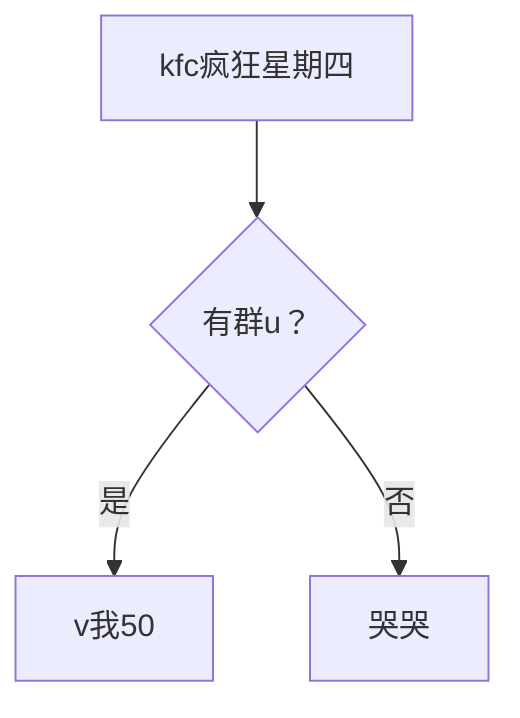
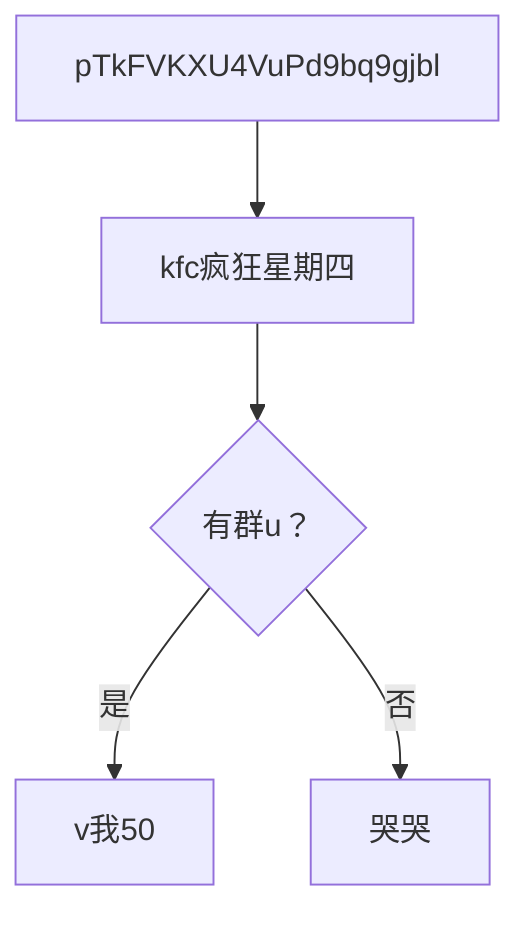
flowchart TD
    QGHtzW7MvDySRoxTS57Wr["kfc疯狂星期四"]
    Ny5QjgOcDuE77g3vsTU3p["v我50"]
    b4wZeVHo0n6NiLv7nKkLZ{"有群u？"}
    pPn1kn_WRFnyiLvbKTmBB["哭哭"]
    QGHtzW7MvDySRoxTS57Wr --> b4wZeVHo0n6NiLv7nKkLZ
    b4wZeVHo0n6NiLv7nKkLZ -->|是| Ny5QjgOcDuE77g3vsTU3p
    b4wZeVHo0n6NiLv7nKkLZ -->|否| pPn1kn_WRFnyiLvbKTmBB
+     pTkFVKXU4VuPd9bq9gjbl --> QGHtzW7MvDySRoxTS57Wr
